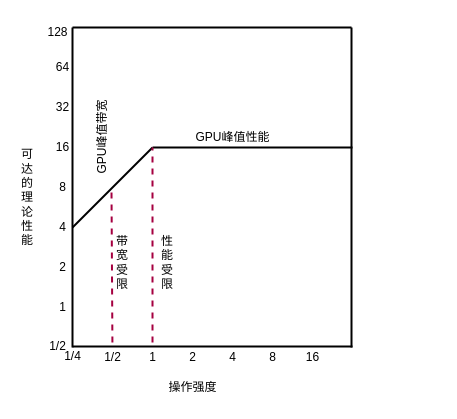
Earlier version of the draw.io diagram page "Page-1" (1 of 4) of Untitled Diagram.drawio (liuyifeng123321/worker). Source tidied: cells renumbered, new cells numbered last; positions are measured from the earlier drawing's top-left corner, leaving out a move shared by most shapes. Both pictures are drawn from the tidied source at 100%, with x=0, y=0 at pixel (17, 17).
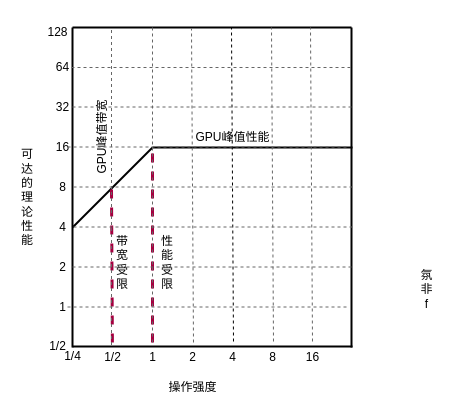
After the change.

Unchanged cells that the change refers to:
```xml
<mxCell id="6" value="1/2" style="text;html=1;align=center;verticalAlign=middle;points=[];strokeColor=none;fillColor=none;" parent="1" vertex="1">
  <mxGeometry x="75" y="325" width="40" height="30" as="geometry" />
</mxCell>
<mxCell id="7" value="1" style="text;html=1;align=center;verticalAlign=middle;points=[];strokeColor=none;fillColor=none;" parent="1" vertex="1">
  <mxGeometry x="120" y="325" width="30" height="30" as="geometry" />
</mxCell>
<mxCell id="11" value="16" style="text;html=1;align=center;verticalAlign=middle;points=[];strokeColor=none;fillColor=none;" parent="1" vertex="1">
  <mxGeometry x="275" y="325" width="40" height="30" as="geometry" />
</mxCell>
<mxCell id="21" style="line;strokeWidth=2;html=1;perimeter=backbonePerimeter;points=[];outlineConnect=0;" parent="1" vertex="1">
  <mxGeometry x="135" y="125" width="200" height="10" as="geometry" />
</mxCell>
<mxCell id="22" value="GPU峰值带宽" style="text;html=1;align=center;verticalAlign=middle;points=[];strokeColor=none;fillColor=none;rotation=270;" parent="1" vertex="1">
  <mxGeometry x="35" y="105" width="100" height="30" as="geometry" />
</mxCell>
<mxCell id="29" style="line;strokeWidth=2;html=1;perimeter=backbonePerimeter;points=[];outlineConnect=0;" parent="1" vertex="1">
  <mxGeometry x="55" y="5" width="279" height="10" as="geometry" />
</mxCell>
<mxCell id="30" style="line;strokeWidth=2;direction=south;html=1;perimeter=backbonePerimeter;points=[];outlineConnect=0;" parent="1" vertex="1">
  <mxGeometry x="329" y="10" width="10" height="320" as="geometry" />
</mxCell>
```

Diff of the diagram source:
```diff
@@
-    <mxCell id="24" style="endArrow=none;dashed=1;html=1;rounded=0;strokeWidth=2;entryX=-0.02;entryY=0.8;entryDx=0;entryDy=0;entryPerimeter=0;fillColor=#d80073;strokeColor=#A50040;" parent="1" edge="1" source="6" target="22">
+    <mxCell id="24" style="endArrow=none;dashed=1;html=1;rounded=0;strokeWidth=3;entryX=-0.02;entryY=0.8;entryDx=0;entryDy=0;entryPerimeter=0;fillColor=#d80073;strokeColor=#A50040;" parent="1" edge="1" source="6" target="22">
       <mxGeometry relative="1" as="geometry" />
     </mxCell>
-    <mxCell id="25" style="endArrow=none;dashed=1;html=1;rounded=0;strokeWidth=2;fillColor=#d80073;strokeColor=#A50040;" parent="1" edge="1" source="7" target="21">
+    <mxCell id="25" style="endArrow=none;dashed=1;html=1;rounded=0;strokeWidth=3;fillColor=#d80073;strokeColor=#A50040;" parent="1" edge="1" source="7" target="21">
       <mxGeometry relative="1" as="geometry" />
     </mxCell>
@@
+    <mxCell id="32" style="endArrow=none;dashed=1;html=1;rounded=0;strokeWidth=1;fillColor=#f5f5f5;strokeColor=#666666;" parent="1" edge="1" source="7" target="29">
+      <mxGeometry relative="1" as="geometry" />
+    </mxCell>
+    <mxCell id="33" style="endArrow=none;dashed=1;html=1;rounded=0;strokeWidth=1;exitX=0.5;exitY=-0.033;exitDx=0;exitDy=0;exitPerimeter=0;fillColor=#f5f5f5;strokeColor=#666666;" parent="1" edge="1" source="11">
+      <mxGeometry relative="1" as="geometry">
+        <mxPoint x="293" y="10" as="targetPoint" />
+      </mxGeometry>
+    </mxCell>
+    <mxCell id="34" style="endArrow=none;dashed=1;html=1;rounded=0;strokeWidth=1;exitX=0.5;exitY=-0.033;exitDx=0;exitDy=0;exitPerimeter=0;fillColor=#f5f5f5;strokeColor=#666666;" parent="1" edge="1">
+      <mxGeometry relative="1" as="geometry">
+        <mxPoint x="256" y="324" as="sourcePoint" />
+        <mxPoint x="254" y="10" as="targetPoint" />
+      </mxGeometry>
+    </mxCell>
+    <mxCell id="35" style="endArrow=none;dashed=1;html=1;rounded=0;strokeWidth=1;exitX=0.5;exitY=-0.033;exitDx=0;exitDy=0;exitPerimeter=0;" parent="1" edge="1">
+      <mxGeometry relative="1" as="geometry">
+        <mxPoint x="216" y="324" as="sourcePoint" />
+        <mxPoint x="214" y="10" as="targetPoint" />
+      </mxGeometry>
+    </mxCell>
+    <mxCell id="36" style="endArrow=none;dashed=1;html=1;rounded=0;strokeWidth=1;exitX=0.5;exitY=-0.033;exitDx=0;exitDy=0;exitPerimeter=0;fillColor=#f5f5f5;strokeColor=#666666;" parent="1" edge="1">
+      <mxGeometry relative="1" as="geometry">
+        <mxPoint x="176" y="325" as="sourcePoint" />
+        <mxPoint x="174" y="11" as="targetPoint" />
+      </mxGeometry>
+    </mxCell>
+    <mxCell id="37" style="endArrow=none;dashed=1;html=1;rounded=0;strokeWidth=1;fillColor=#f5f5f5;strokeColor=#666666;" parent="1" edge="1" target="30">
+      <mxGeometry relative="1" as="geometry">
+        <mxPoint x="54" y="50" as="sourcePoint" />
+      </mxGeometry>
+    </mxCell>
+    <mxCell id="38" style="endArrow=none;dashed=1;html=1;rounded=0;strokeWidth=1;fillColor=#f5f5f5;strokeColor=#666666;" parent="1" edge="1">
+      <mxGeometry relative="1" as="geometry">
+        <mxPoint x="55" y="89.5" as="sourcePoint" />
+        <mxPoint x="334" y="89.5" as="targetPoint" />
+      </mxGeometry>
+    </mxCell>
+    <mxCell id="39" style="endArrow=none;dashed=1;html=1;rounded=0;strokeWidth=1;fillColor=#f5f5f5;strokeColor=#666666;" parent="1" edge="1">
+      <mxGeometry relative="1" as="geometry">
+        <mxPoint x="50" y="129.5" as="sourcePoint" />
+        <mxPoint x="329" y="129.5" as="targetPoint" />
+      </mxGeometry>
+    </mxCell>
+    <mxCell id="40" style="endArrow=none;dashed=1;html=1;rounded=0;strokeWidth=1;fillColor=#f5f5f5;strokeColor=#666666;" parent="1" edge="1">
+      <mxGeometry relative="1" as="geometry">
+        <mxPoint x="56" y="169.5" as="sourcePoint" />
+        <mxPoint x="335" y="169.5" as="targetPoint" />
+      </mxGeometry>
+    </mxCell>
+    <mxCell id="41" style="endArrow=none;dashed=1;html=1;rounded=0;strokeWidth=1;fillColor=#f5f5f5;strokeColor=#666666;" parent="1" edge="1">
+      <mxGeometry relative="1" as="geometry">
+        <mxPoint x="56" y="209.5" as="sourcePoint" />
+        <mxPoint x="335" y="209.5" as="targetPoint" />
+      </mxGeometry>
+    </mxCell>
+    <mxCell id="42" style="endArrow=none;dashed=1;html=1;rounded=0;strokeWidth=1;fillColor=#f5f5f5;strokeColor=#666666;" parent="1" edge="1">
+      <mxGeometry relative="1" as="geometry">
+        <mxPoint x="55" y="249.5" as="sourcePoint" />
+        <mxPoint x="334" y="249.5" as="targetPoint" />
+      </mxGeometry>
+    </mxCell>
+    <mxCell id="43" style="endArrow=none;dashed=1;html=1;rounded=0;strokeWidth=1;fillColor=#f5f5f5;strokeColor=#666666;" parent="1" edge="1">
+      <mxGeometry relative="1" as="geometry">
+        <mxPoint x="50" y="289.5" as="sourcePoint" />
+        <mxPoint x="329" y="289.5" as="targetPoint" />
+      </mxGeometry>
+    </mxCell>
+    <mxCell id="44" style="endArrow=none;dashed=1;html=1;rounded=0;strokeWidth=1;fillColor=#f5f5f5;strokeColor=#666666;" parent="1" edge="1">
+      <mxGeometry relative="1" as="geometry">
+        <mxPoint x="94" y="327.5" as="sourcePoint" />
+        <mxPoint x="94" y="12.5" as="targetPoint" />
+      </mxGeometry>
+    </mxCell>
+    <mxCell id="45" value="氛&lt;br&gt;非&lt;br&gt;f" style="text;html=1;strokeColor=none;fillColor=none;align=center;verticalAlign=middle;whiteSpace=wrap;rounded=0;" parent="1" vertex="1">
+      <mxGeometry x="396" y="257" width="27" height="30" as="geometry" />
+    </mxCell>
```
